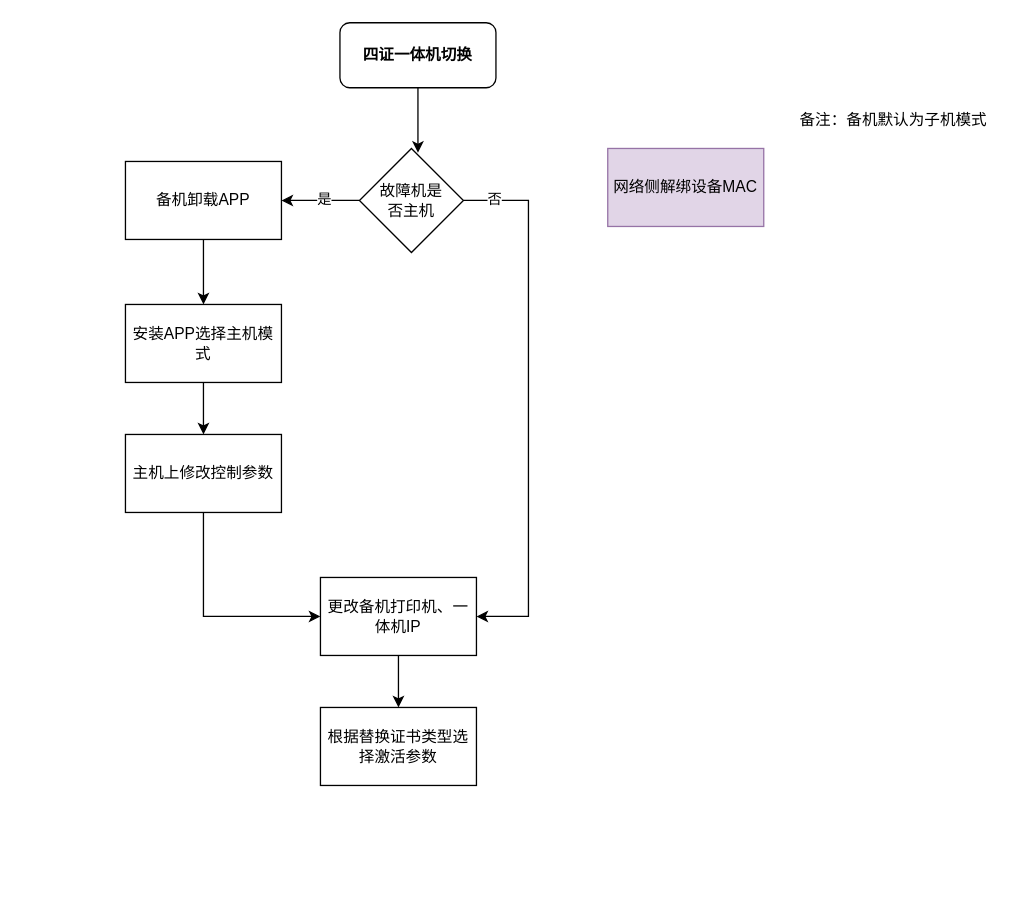
The draw.io diagram page "第 5 页" (5 of 5) of 未命名绘图.drawio in fgh2894/fgh2894.github.io, before the edit. Source tidied: cells renumbered, new cells numbered last; positions are measured from the earlier drawing's top-left corner, leaving out a move shared by most shapes. Both pictures are drawn from the tidied source at 130%, with x=0, y=0 at pixel (125, 22).
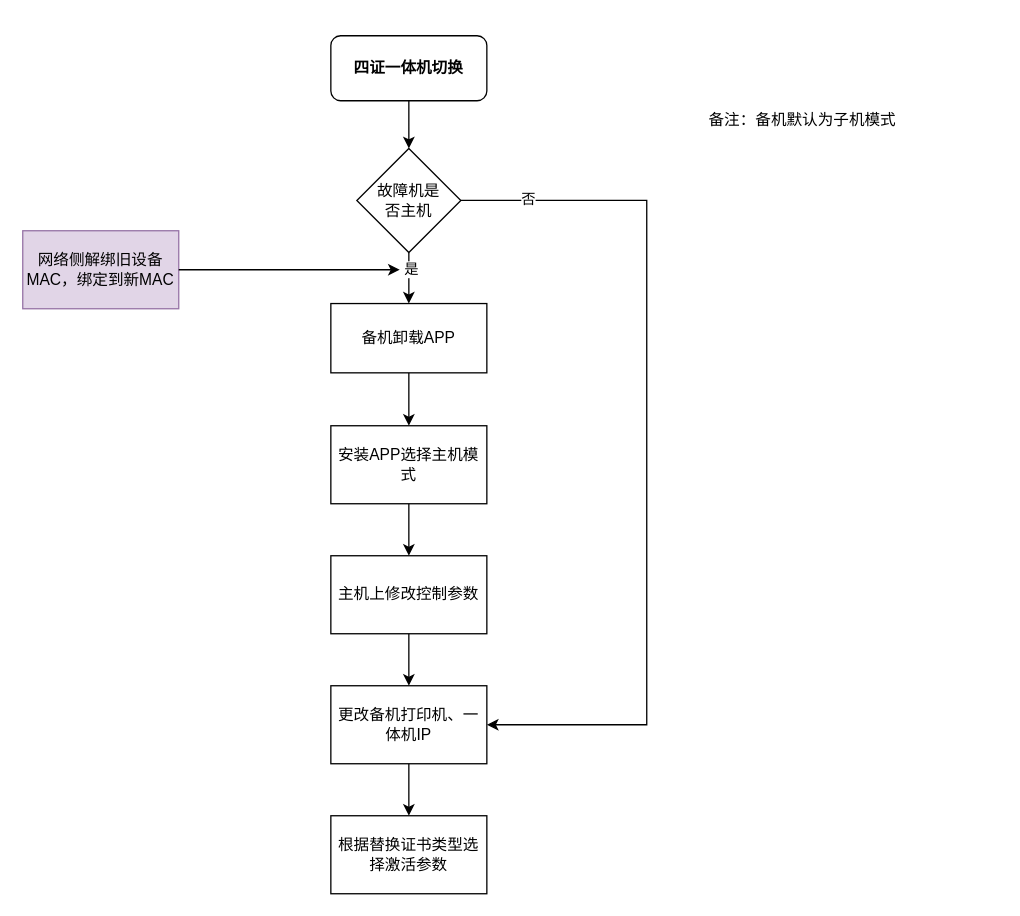
After the change.

Commit message:
更新未命名绘图.drawio

Diff of the diagram source:
```diff
@@
-    <mxCell id="2" style="edgeStyle=orthogonalEdgeStyle;rounded=0;jettySize=auto;html=1;" parent="1" edge="1" source="3">
-      <mxGeometry relative="1" as="geometry">
-        <mxPoint x="225" y="100" as="targetPoint" />
-      </mxGeometry>
-    </mxCell>
+    <mxCell id="21" style="edgeStyle=orthogonalEdgeStyle;rounded=0;jettySize=auto;html=1;" parent="1" edge="1" source="3" target="6">
+      <mxGeometry relative="1" as="geometry" />
+    </mxCell>
     <mxCell id="3" value="四证一体机切换" style="rounded=1;whiteSpace=wrap;html=1;fontStyle=1;" parent="1" vertex="1">
-      <mxGeometry x="165" width="120" height="50" as="geometry" />
+      <mxGeometry x="158" y="10" width="120" height="50" as="geometry" />
     </mxCell>
-    <mxCell id="4" style="edgeStyle=orthogonalEdgeStyle;rounded=0;jettySize=auto;html=1;" parent="1" edge="1" source="6">
-      <mxGeometry relative="1" as="geometry">
-        <mxPoint x="120" y="136.7" as="targetPoint" />
-      </mxGeometry>
-    </mxCell>
+    <mxCell id="22" style="edgeStyle=orthogonalEdgeStyle;rounded=0;jettySize=auto;html=1;" parent="1" edge="1" source="6" target="9">
+      <mxGeometry relative="1" as="geometry" />
+    </mxCell>
-    <mxCell id="5" value="是" style="edgeLabel;html=1;align=center;verticalAlign=middle;" parent="4" vertex="1">
-      <mxGeometry x="-0.08" y="-1" relative="1" as="geometry" />
+    <mxCell id="5" value="是" style="edgeLabel;html=1;align=center;verticalAlign=middle;" parent="22" vertex="1">
+      <mxGeometry x="-0.35" y="1" relative="1" as="geometry" />
     </mxCell>
+    <mxCell id="19" style="edgeStyle=orthogonalEdgeStyle;rounded=0;jettySize=auto;html=1;exitX=1;exitY=0.5;exitDx=0;exitDy=0;entryX=1;entryY=0.5;entryDx=0;entryDy=0;" parent="1" edge="1" source="6" target="13">
+      <mxGeometry relative="1" as="geometry">
+        <Array as="points">
+          <mxPoint x="401" y="137" />
+          <mxPoint x="401" y="540" />
+        </Array>
+      </mxGeometry>
+    </mxCell>
+    <mxCell id="20" value="否" style="edgeLabel;html=1;align=center;verticalAlign=middle;" parent="19" vertex="1">
+      <mxGeometry x="-0.85" y="1" relative="1" as="geometry">
+        <mxPoint x="1" as="offset" />
+      </mxGeometry>
+    </mxCell>
     <mxCell id="6" value="故障机是&lt;div&gt;否主机&lt;/div&gt;" style="rhombus;whiteSpace=wrap;html=1;" parent="1" vertex="1">
-      <mxGeometry x="180" y="96.7" width="80" height="80" as="geometry" />
+      <mxGeometry x="178" y="96.7" width="80" height="80" as="geometry" />
     </mxCell>
-    <mxCell id="7" value="网络侧解绑设备MAC" style="whiteSpace=wrap;html=1;fillColor=#e1d5e7;strokeColor=#9673a6;" parent="1" vertex="1">
-      <mxGeometry x="371" y="96.7" width="120" height="60" as="geometry" />
+    <mxCell id="7" value="网络侧解绑旧设备MAC，绑定到新MAC" style="whiteSpace=wrap;html=1;fillColor=#e1d5e7;strokeColor=#9673a6;" parent="1" vertex="1">
+      <mxGeometry x="-79" y="160" width="120" height="60" as="geometry" />
     </mxCell>
@@
     <mxCell id="9" value="备机卸载APP" style="whiteSpace=wrap;html=1;" parent="1" vertex="1">
-      <mxGeometry y="106.7" width="120" height="60" as="geometry" />
+      <mxGeometry x="158" y="216" width="120" height="53.3" as="geometry" />
     </mxCell>
@@
     <mxCell id="11" value="安装APP选择主机模式" style="whiteSpace=wrap;html=1;" parent="1" vertex="1">
-      <mxGeometry y="216.7" width="120" height="60" as="geometry" />
+      <mxGeometry x="158" y="310" width="120" height="60" as="geometry" />
     </mxCell>
@@
     <mxCell id="13" value="更改备机打印机、一体机IP" style="whiteSpace=wrap;html=1;" parent="1" vertex="1">
-      <mxGeometry x="150" y="426.7" width="120" height="60" as="geometry" />
+      <mxGeometry x="158" y="510" width="120" height="60" as="geometry" />
     </mxCell>
@@
     <mxCell id="15" value="备注：备机默认为子机模式" style="text;html=1;align=center;verticalAlign=middle;whiteSpace=wrap;rounded=0;" parent="1" vertex="1">
-      <mxGeometry x="511" y="60" width="160" height="30" as="geometry" />
+      <mxGeometry x="441" y="60" width="160" height="30" as="geometry" />
     </mxCell>
     <mxCell id="16" value="根据替换证书类型选择激活参数" style="rounded=0;whiteSpace=wrap;html=1;" parent="1" vertex="1">
-      <mxGeometry x="150" y="526.7" width="120" height="60" as="geometry" />
+      <mxGeometry x="158" y="610" width="120" height="60" as="geometry" />
     </mxCell>
+    <mxCell id="18" style="edgeStyle=orthogonalEdgeStyle;rounded=0;jettySize=auto;html=1;" parent="1" edge="1" source="17" target="13">
+      <mxGeometry relative="1" as="geometry" />
+    </mxCell>
     <mxCell id="17" value="主机上修改控制参数" style="whiteSpace=wrap;html=1;" parent="1" vertex="1">
-      <mxGeometry y="316.7" width="120" height="60" as="geometry" />
+      <mxGeometry x="158" y="410" width="120" height="60" as="geometry" />
     </mxCell>
-    <mxCell id="18" style="endArrow=classic;html=1;rounded=0;exitX=0.5;exitY=1;exitDx=0;exitDy=0;entryX=0;entryY=0.5;entryDx=0;entryDy=0;" parent="1" edge="1" source="17" target="13">
-      <mxGeometry relative="1" as="geometry">
-        <Array as="points">
-          <mxPoint x="60" y="456.7" />
-        </Array>
-      </mxGeometry>
-    </mxCell>
-    <mxCell id="19" style="endArrow=classic;html=1;rounded=0;exitX=1;exitY=0.5;exitDx=0;exitDy=0;entryX=1;entryY=0.5;entryDx=0;entryDy=0;" parent="1" edge="1" source="6" target="13">
-      <mxGeometry relative="1" as="geometry">
-        <Array as="points">
-          <mxPoint x="310" y="136.7" />
-          <mxPoint x="310" y="456.7" />
-        </Array>
-      </mxGeometry>
-    </mxCell>
-    <mxCell id="20" value="否" style="edgeLabel;html=1;align=center;verticalAlign=middle;" parent="19" vertex="1">
-      <mxGeometry x="-0.89" y="1" relative="1" as="geometry" />
-    </mxCell>
+    <mxCell id="23" style="endArrow=classic;html=1;rounded=0;exitX=1;exitY=0.5;exitDx=0;exitDy=0;" parent="1" edge="1" source="7">
+      <mxGeometry relative="1" as="geometry">
+        <mxPoint x="211" y="190" as="targetPoint" />
+        <Array as="points">
+          <mxPoint x="61" y="190" />
+        </Array>
+      </mxGeometry>
+    </mxCell>
```
